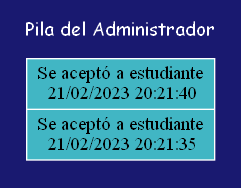
Earlier version of the Graphviz export EDD_Proyecto1_Fase1/reportes/reportes_pila_admin/reporte_acciones_admin.png (Damaris-Muralles/EDD_GoDrive). Its source is kept beside it as EDD_Proyecto1_Fase1/reportes/reportes_pila_admin/reporte_acciones_admin.dot.
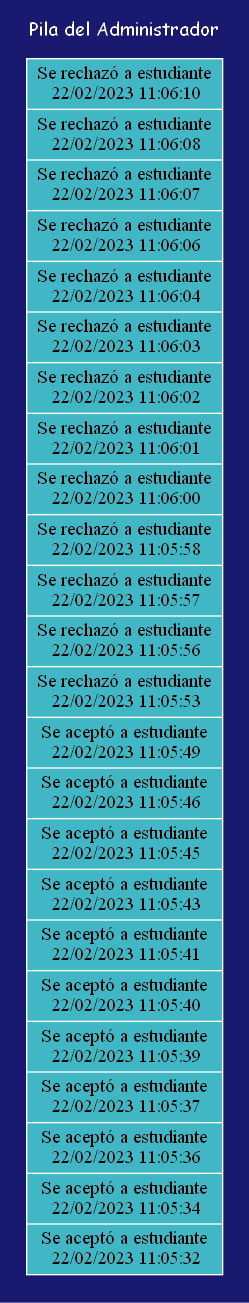
Above is the later version.

The edit, as a diff of the source:
```diff
@@ -8,6 +8,6 @@
 		color=	midnightblue;
 		label = "Pila del Administrador";
 		struct1 [fillcolor=5,label="
-	Se aceptó a estudiante&#92;n 21/02/2023 20:21:40|Se aceptó a estudiante&#92;n 21/02/2023 20:21:35"];
+	Se rechazó a estudiante&#92;n 22/02/2023 11:06:10|Se rechazó a estudiante&#92;n 22/02/2023 11:06:08|Se rechazó a estudiante&#92;n 22/02/2023 11:06:07|Se rechazó a estudiante&#92;n 22/02/2023 11:06:06|Se rechazó a estudiante&#92;n 22/02/2023 11:06:04|Se rechazó a estudiante&#92;n 22/02/2023 11:06:03|Se rechazó a estudiante&#92;n 22/02/2023 11:06:02|Se rechazó a estudiante&#92;n 22/02/2023 11:06:01|Se rechazó a estudiante&#92;n 22/02/2023 11:06:00|Se rechazó a estudiante&#92;n 22/02/2023 11:05:58|Se rechazó a estudiante&#92;n 22/02/2023 11:05:57|Se rechazó a estudiante&#92;n 22/02/2023 11:05:56|Se rechazó a estudiante&#92;n 22/02/2023 11:05:53|Se aceptó a estudiante&#92;n 22/02/2023 11:05:49|Se aceptó a estudiante&#92;n 22/02/2023 11:05:46|Se aceptó a estudiante&#92;n 22/02/2023 11:05:45|Se aceptó a estudiante&#92;n 22/02/2023 11:05:43|Se aceptó a estudiante&#92;n 22/02/2023 11:05:41|Se aceptó a estudiante&#92;n 22/02/2023 11:05:40|Se aceptó a estudiante&#92;n 22/02/2023 11:05:39|Se aceptó a estudiante&#92;n 22/02/2023 11:05:37|Se aceptó a estudiante&#92;n 22/02/2023 11:05:36|Se aceptó a estudiante&#92;n 22/02/2023 11:05:34|Se aceptó a estudiante&#92;n 22/02/2023 11:05:32"];
 	}
 }
```
